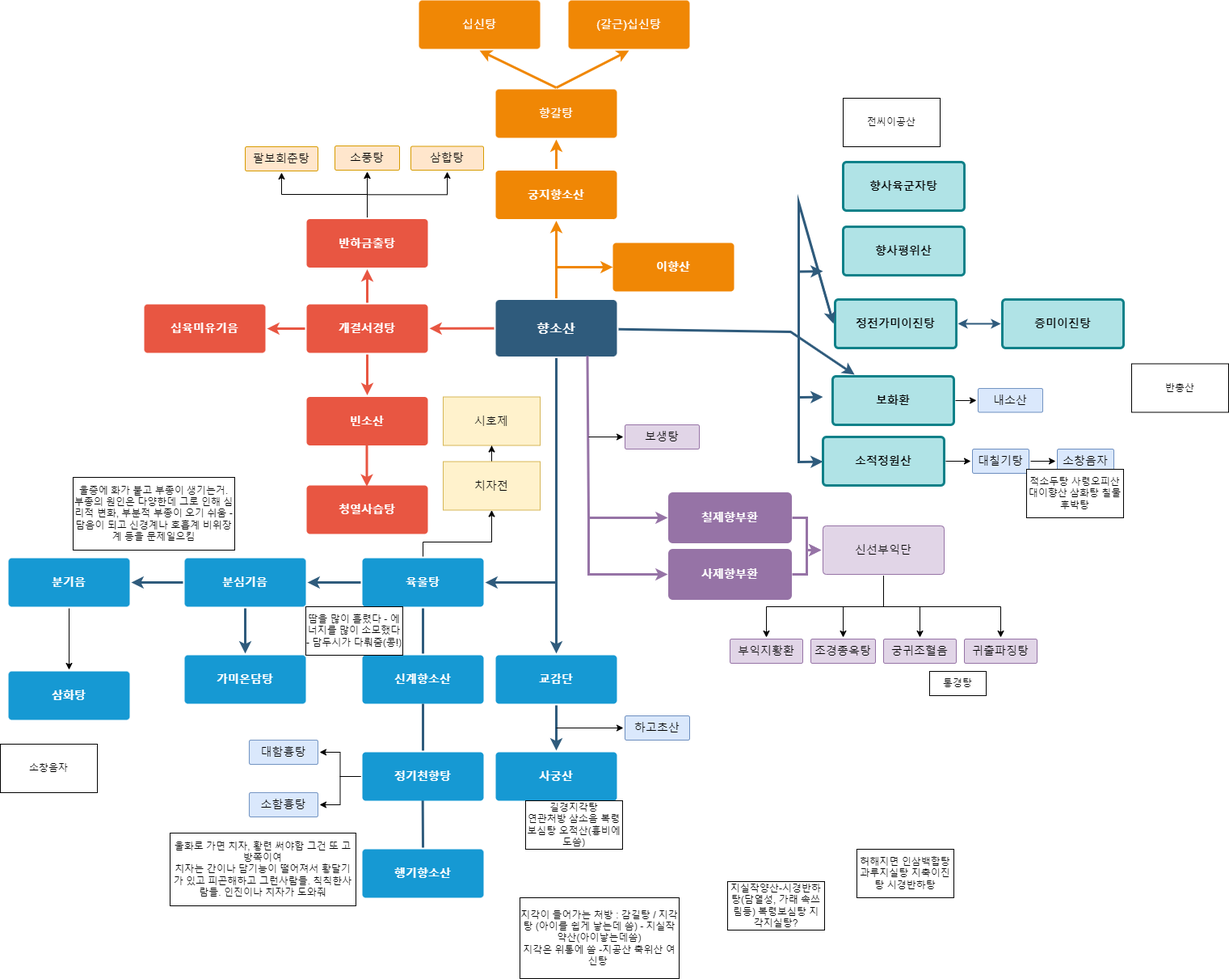
Jinzin71/sparta keeps this draw.io diagram as 향소산플로우차트.drawio.png. Above is the earlier version. Source tidied: cells renumbered, new cells last; positions are measured from the earlier drawing's top-left corner, leaving out a move shared by most shapes.
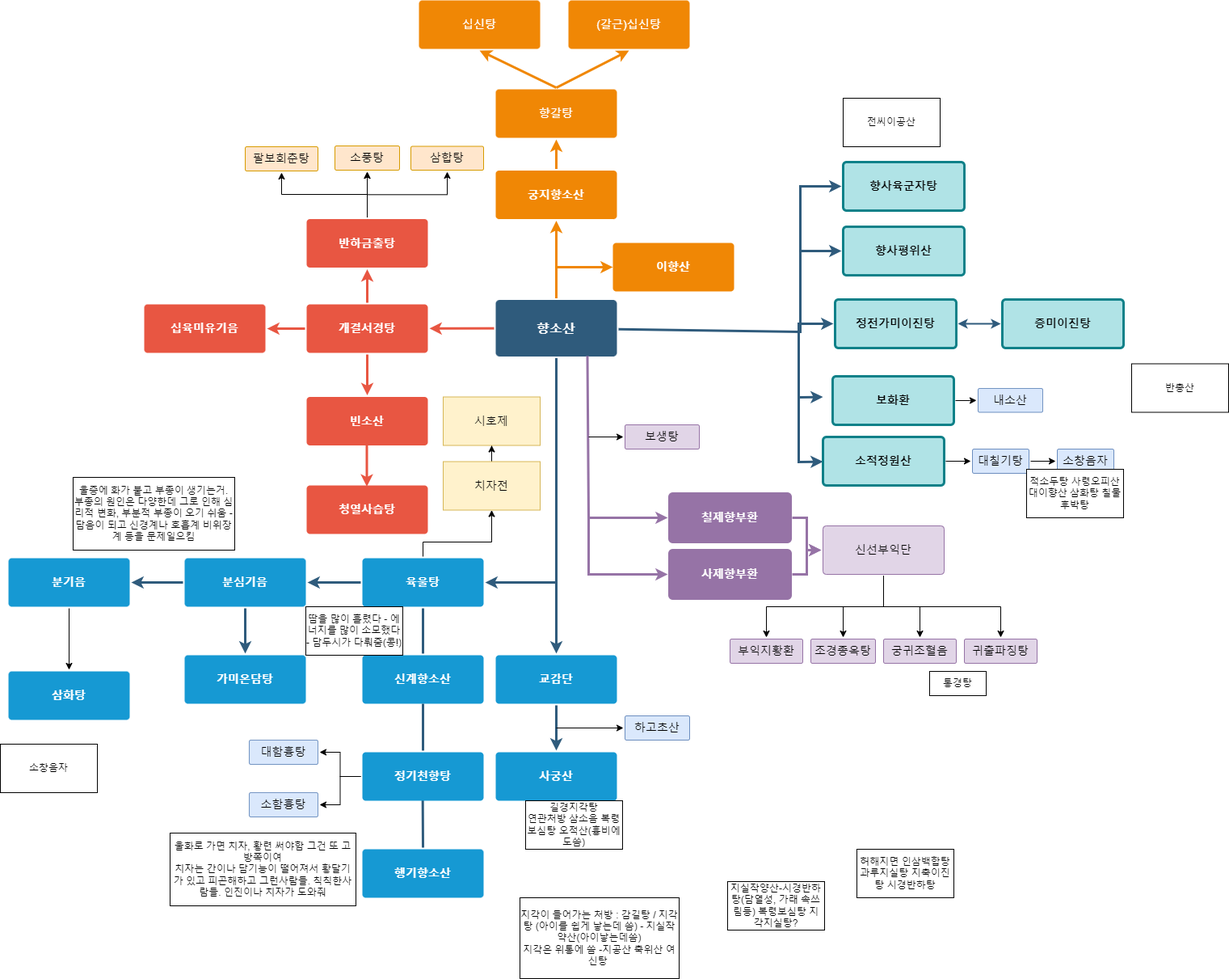
The same file after the commit.

Commit message:
향소산플로우차트.drawio.png 업데이트

The edit, as a diff of the source:
```diff
@@ -5,10 +5,11 @@
     <mxCell id="2" style="edgeStyle=none;rounded=0;jumpStyle=none;html=1;shadow=0;labelBackgroundColor=none;startArrow=none;startFill=0;endArrow=classic;endFill=1;jettySize=auto;strokeColor=#F08705;strokeWidth=3;fontFamily=Helvetica;fontSize=16;fontColor=#23445D;spacing=5;" parent="1" edge="1" source="7" target="17">
       <mxGeometry relative="1" as="geometry" />
     </mxCell>
-    <mxCell id="3" style="edgeStyle=none;rounded=0;jumpStyle=none;html=1;shadow=0;labelBackgroundColor=none;startArrow=none;startFill=0;endArrow=classic;endFill=1;jettySize=auto;strokeColor=#2F5B7C;strokeWidth=3;fontFamily=Helvetica;fontSize=16;fontColor=#23445D;spacing=5;" parent="1" edge="1" source="7" target="25">
+    <mxCell id="3" style="edgeStyle=none;rounded=0;jumpStyle=none;html=1;shadow=0;labelBackgroundColor=none;startArrow=none;startFill=0;endArrow=classic;endFill=1;jettySize=auto;strokeColor=#2F5B7C;strokeWidth=3;fontFamily=Helvetica;fontSize=16;fontColor=#23445D;spacing=5;entryX=0;entryY=0.5;entryDx=0;entryDy=0;" parent="1" edge="1" source="7" target="28">
       <mxGeometry relative="1" as="geometry">
         <Array as="points">
-          <mxPoint x="978" y="410" />
+          <mxPoint x="990" y="410" />
+          <mxPoint x="990" y="230" />
         </Array>
       </mxGeometry>
     </mxCell>
@@ -228,8 +229,7 @@
       <mxGeometry relative="1" as="geometry">
         <mxPoint x="988" y="410" as="sourcePoint" />
         <Array as="points">
-          <mxPoint x="988" y="380" />
-          <mxPoint x="988" y="250" />
+          <mxPoint x="988" y="400" />
         </Array>
       </mxGeometry>
     </mxCell>
@@ -251,12 +251,12 @@
         </Array>
       </mxGeometry>
     </mxCell>
-    <mxCell id="65" style="endArrow=classic;html=1;rounded=0;strokeWidth=3;strokeColor=#2F5B7C;entryX=0;entryY=0.5;entryDx=0;entryDy=0;" parent="1" edge="1">
+    <mxCell id="65" style="endArrow=classic;html=1;rounded=0;strokeWidth=3;strokeColor=#2F5B7C;entryX=0;entryY=0.5;entryDx=0;entryDy=0;" parent="1" edge="1" target="29">
       <mxGeometry relative="1" as="geometry">
-        <mxPoint x="988" y="410" as="sourcePoint" />
-        <mxPoint x="1018" y="335" as="targetPoint" />
+        <mxPoint x="990" y="410" as="sourcePoint" />
         <Array as="points">
-          <mxPoint x="988" y="335.5" />
+          <mxPoint x="990" y="370" />
+          <mxPoint x="990" y="310" />
         </Array>
       </mxGeometry>
     </mxCell>
```
